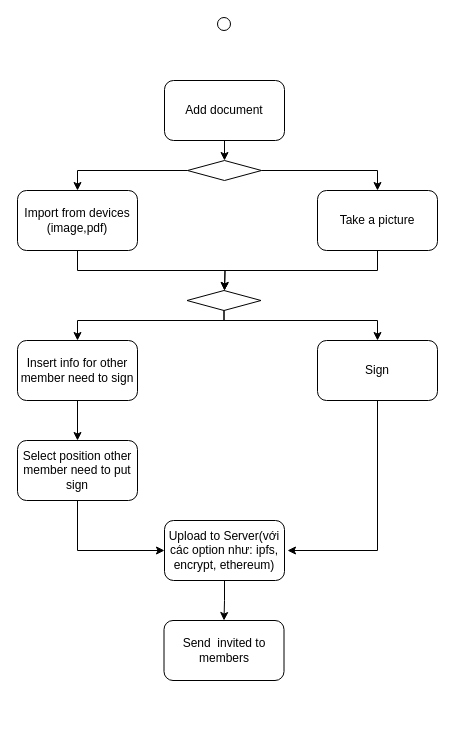
The draw.io diagram v-sign flow.drawio in NTT-TNN/draw, before the edit. Source tidied: cells renumbered, new cells numbered last; positions are measured from the earlier drawing's top-left corner, leaving out a move shared by most shapes. Both pictures are drawn from the tidied source at 100%, with x=0, y=0 at pixel (17, 17).
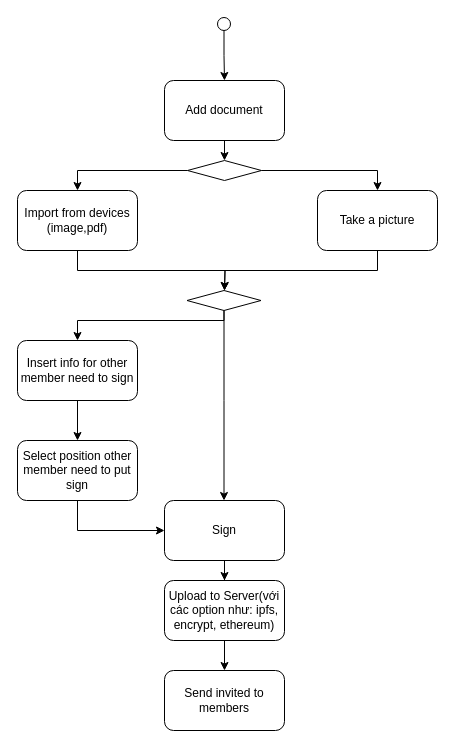
The same page after the edit.

The change refers to these unchanged cells:
```xml
<mxCell id="2" style="ellipse;whiteSpace=wrap;html=1;" parent="1" vertex="1">
  <mxGeometry x="200" width="13" height="13" as="geometry" />
</mxCell>
<mxCell id="4" value="Add document" style="rounded=1;whiteSpace=wrap;html=1;" parent="1" vertex="1">
  <mxGeometry x="147" y="63" width="120" height="60" as="geometry" />
</mxCell>
<mxCell id="14" style="rhombus;whiteSpace=wrap;html=1;" parent="1" vertex="1">
  <mxGeometry x="169.5" y="273" width="74" height="20" as="geometry" />
</mxCell>
<mxCell id="22" value="Select position other member need to put sign" style="rounded=1;whiteSpace=wrap;html=1;" parent="1" vertex="1">
  <mxGeometry y="423" width="120" height="60" as="geometry" />
</mxCell>
```

Diff of the diagram source:
```diff
@@
+    <mxCell id="24" style="edgeStyle=orthogonalEdgeStyle;rounded=0;jettySize=auto;html=1;exitX=0.5;exitY=1;exitDx=0;exitDy=0;" parent="1" edge="1" source="2" target="4">
+      <mxGeometry relative="1" as="geometry" />
+    </mxCell>
@@
     <mxCell id="13" style="edgeStyle=orthogonalEdgeStyle;rounded=0;jettySize=auto;html=1;exitX=0.5;exitY=1;exitDx=0;exitDy=0;" parent="1" edge="1" source="14" target="18">
       <mxGeometry relative="1" as="geometry">
         <Array as="points">
-          <mxPoint x="207" y="303" />
-          <mxPoint x="360" y="303" />
+          <mxPoint x="207" y="383" />
+          <mxPoint x="207" y="383" />
         </Array>
       </mxGeometry>
     </mxCell>
@@
-    <mxCell id="17" style="edgeStyle=orthogonalEdgeStyle;rounded=0;jettySize=auto;html=1;exitX=0.5;exitY=1;exitDx=0;exitDy=0;" parent="1" edge="1" source="18">
-      <mxGeometry relative="1" as="geometry">
-        <mxPoint x="270" y="533" as="targetPoint" />
-        <Array as="points">
-          <mxPoint x="360" y="533" />
-        </Array>
-      </mxGeometry>
-    </mxCell>
     <mxCell id="18" value="Sign" style="rounded=1;whiteSpace=wrap;html=1;" parent="1" vertex="1">
-      <mxGeometry x="300" y="323" width="120" height="60" as="geometry" />
+      <mxGeometry x="147" y="483" width="120" height="60" as="geometry" />
     </mxCell>
@@
-    <mxCell id="20" value="Upload to Server(với các option như: ipfs, encrypt, ethereum)" style="rounded=1;whiteSpace=wrap;html=1;" parent="1" vertex="1">
-      <mxGeometry x="147" y="503" width="120" height="60" as="geometry" />
-    </mxCell>
-    <mxCell id="21" style="edgeStyle=orthogonalEdgeStyle;rounded=0;jettySize=auto;html=1;exitX=0.5;exitY=1;exitDx=0;exitDy=0;entryX=0;entryY=0.5;entryDx=0;entryDy=0;" parent="1" edge="1" source="22" target="20">
+    <mxCell id="21" style="edgeStyle=orthogonalEdgeStyle;rounded=0;jettySize=auto;html=1;exitX=0.5;exitY=1;exitDx=0;exitDy=0;entryX=0;entryY=0.5;entryDx=0;entryDy=0;" parent="1" edge="1" source="22" target="18">
       <mxGeometry relative="1" as="geometry" />
     </mxCell>
@@
-    <mxCell id="23" value="Send&amp;nbsp; invited to members" style="rounded=1;whiteSpace=wrap;html=1;" parent="1" vertex="1">
-      <mxGeometry x="146.5" y="603" width="120" height="60" as="geometry" />
+    <mxCell id="23" value="Send invited to members" style="rounded=1;whiteSpace=wrap;html=1;" parent="1" vertex="1">
+      <mxGeometry x="147" y="653" width="120" height="60" as="geometry" />
     </mxCell>
+    <mxCell id="20" value="Upload to Server(với các option như: ipfs, encrypt, ethereum)" style="rounded=1;whiteSpace=wrap;html=1;" parent="1" vertex="1">
+      <mxGeometry x="147" y="563" width="120" height="60" as="geometry" />
+    </mxCell>
+    <mxCell id="25" style="edgeStyle=orthogonalEdgeStyle;rounded=0;jettySize=auto;html=1;exitX=0.5;exitY=1;exitDx=0;exitDy=0;" parent="1" edge="1" source="18" target="20">
+      <mxGeometry relative="1" as="geometry" />
+    </mxCell>
```
